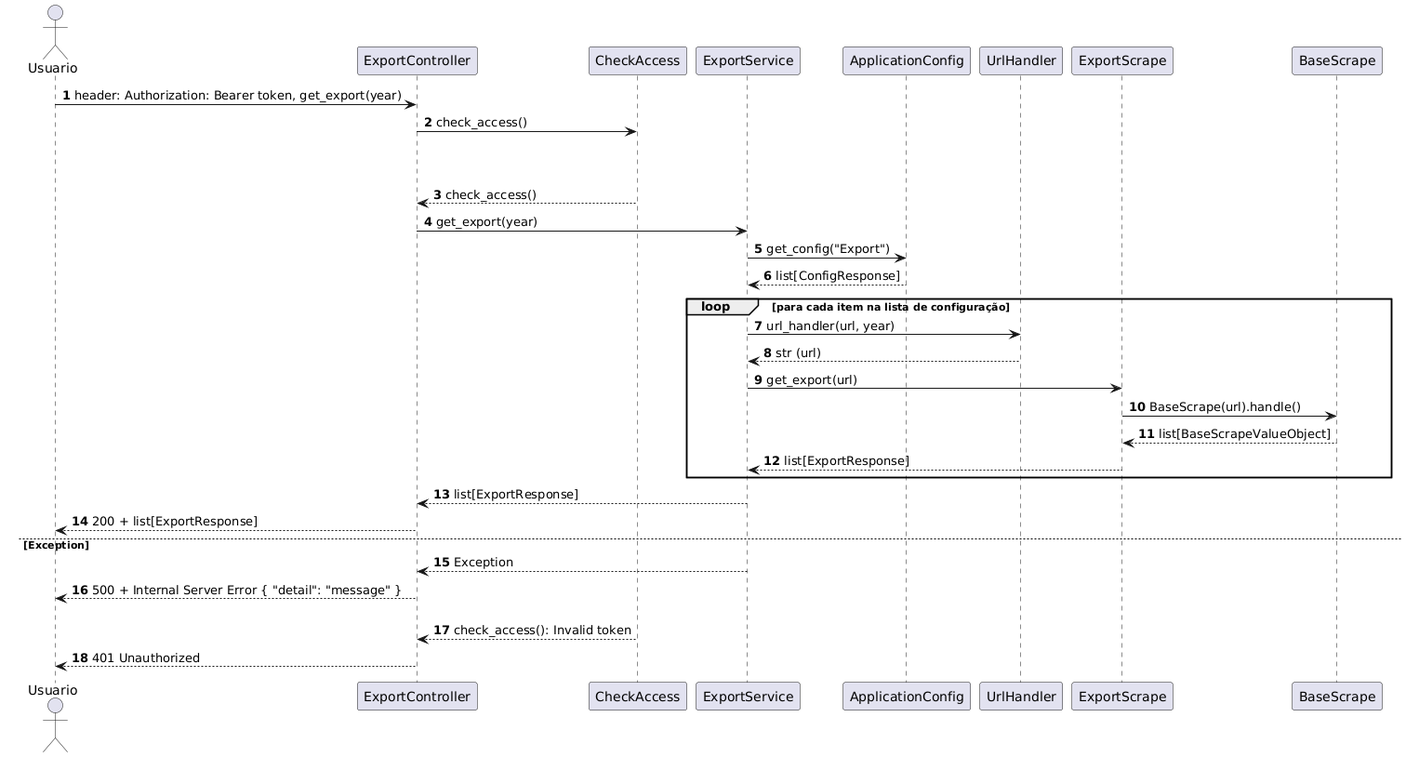
henriquecomp/vinicultura keeps this PlantUML diagram as app/architecture_diagrams/sequence_endpoint_export.png. Above is the earlier version.
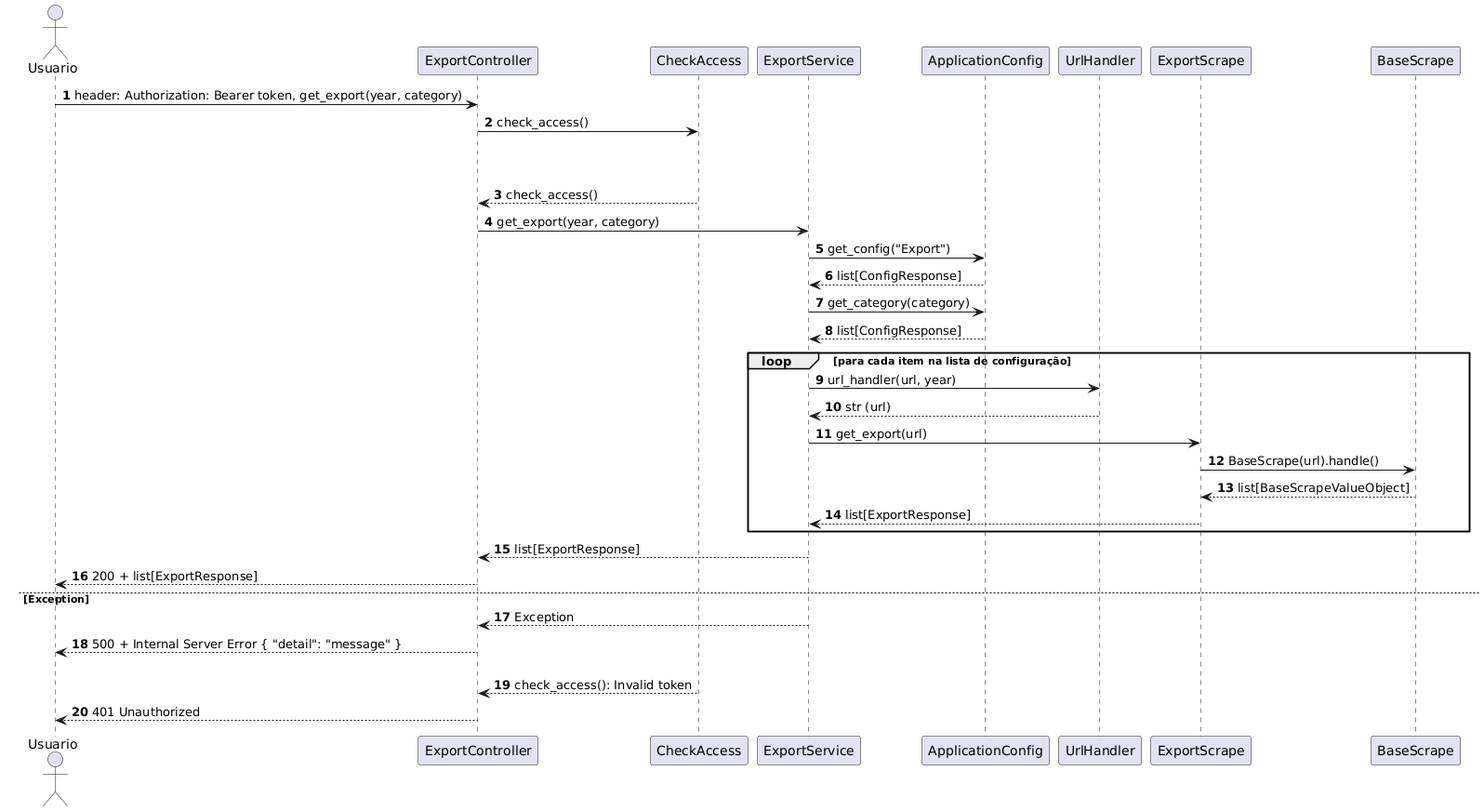
After the commit.

Commit message:
adicionado o parametro de category nos endpoints e diagramas

Change to the diagram source:
```diff
@@ -9,14 +9,16 @@
 participant "ExportScrape" as Scrape
 participant "BaseScrape" as BaseScrape
 
-Usuario -> Controller: header: Authorization: Bearer token, get_export(year)
+Usuario -> Controller: header: Authorization: Bearer token, get_export(year, category)
 Controller -> CheckAccess: check_access()
 
 alt Token Válido
     alt
         CheckAccess --> Controller: check_access()
-        Controller -> Application: get_export(year)
+        Controller -> Application: get_export(year, category)
         Application -> Config: get_config("Export")
+        Config --> Application: list[ConfigResponse]
+        Application -> Config: get_category(category)
         Config --> Application: list[ConfigResponse]
         loop para cada item na lista de configuração
             Application -> UrlHandler: url_handler(url, year)
```
